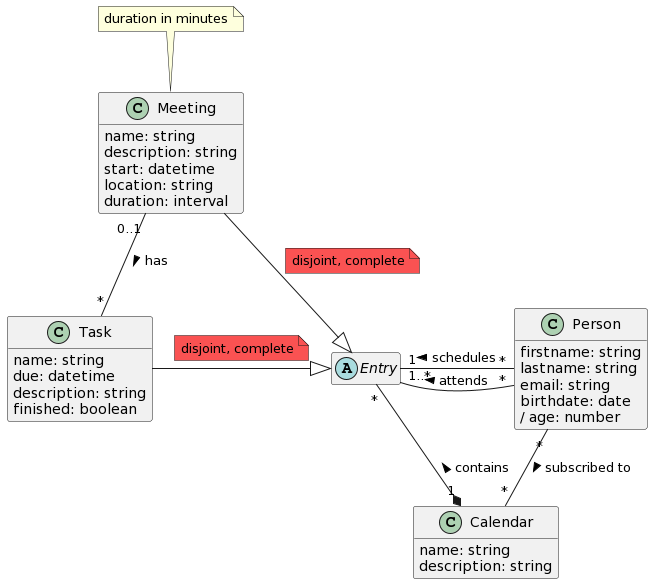
This is calendar.png from simonpeier-ost/db1-calendar, a PlantUML export, as it was before one commit.
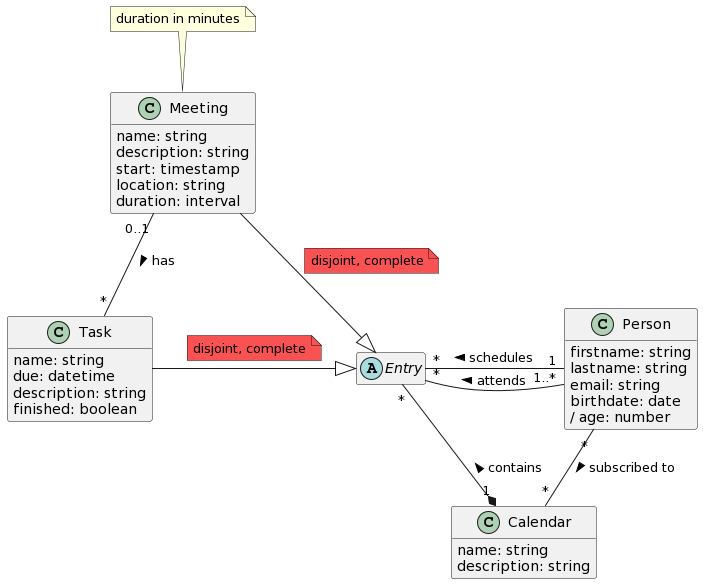
After the commit.

What changed in the source:
```diff
@@ -2,6 +2,7 @@
 hide empty members
 hide empty methods
 
+skinparam nodesep 60
 
 abstract Entry {
 
@@ -10,7 +11,7 @@
 class Meeting {
   name: string
   description: string
-  start: datetime
+  start: timestamp
   location: string
   duration: interval
 }
@@ -42,7 +43,7 @@
 Entry <|--l Task
 note on link #fa5252: disjoint, complete
 Calendar "1" *-- "*" Entry : contains >
-Person "*" --l "1..*" Entry : attends >
-Person "*" --l "1" Entry : schedules >
+Person "1..*" --l "*" Entry : attends >
+Person "1" --l "*" Entry : schedules >
 Person "*" -- "*" Calendar : subscribed to >
 @enduml
```
